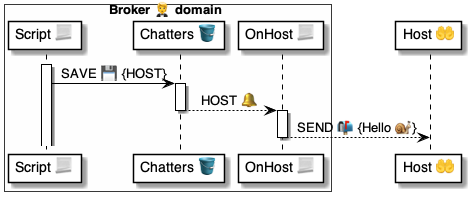
The PlantUML diagram 4 ⚙️ Solution/20 🧑‍🦰 UI/Brokers 🤵/🤵🪣 Broker tables/Chatters 👥 table/🪣🔔 OnHost/🤵 OnChatterHost ⚙️ uml.png in pollyweb-org/pollyweb-docs, before a commit. Its source is kept beside it as 4 ⚙️ Solution/20 🧑‍🦰 UI/Brokers 🤵/🤵🪣 Broker tables/Chatters 👥 table/🪣🔔 OnHost/🤵 OnChatterHost ⚙️ uml.puml.
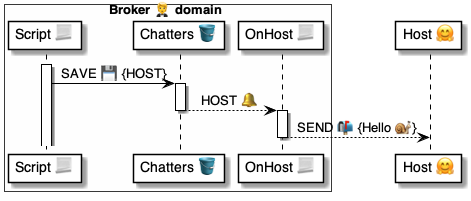
After the commit.

Diff of the diagram source:
```diff
@@ -7,13 +7,10 @@
     participant "OnHost 📃" as handler
 end box
 
-participant "Host 🤲" as host
-
-
+participant "Host 🤗" as host
 
 activate script
     script -> table: SAVE 💾 {HOST}
-
 
 activate table
     table --> handler: HOST 🔔
```
